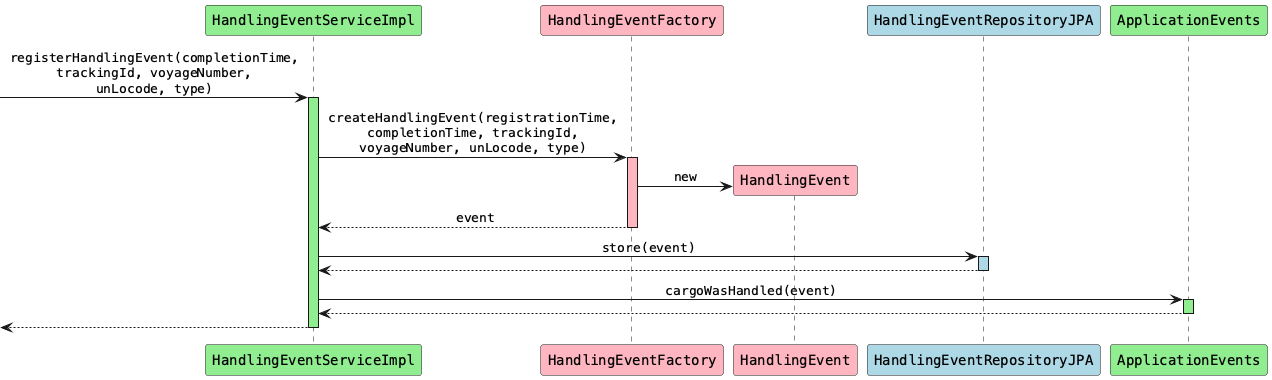
The PlantUML diagram src/site/resources/diagrams/HandlingEventServiceImpl_registerHandlingEvent.png in aowss/dddsample-core, before a commit.
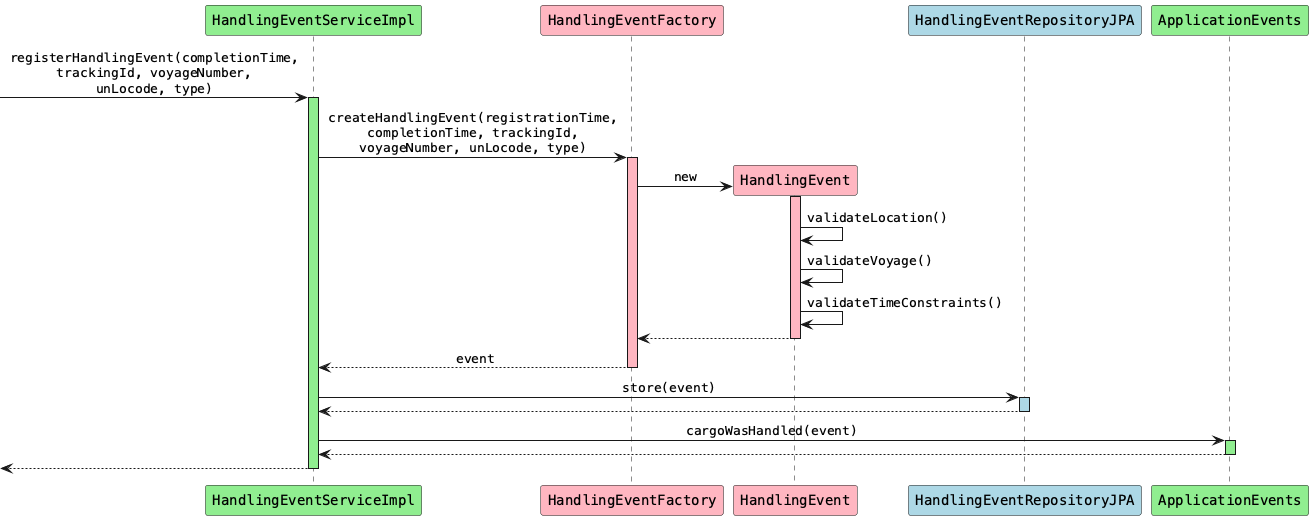
Later version of the same file.

Diff of the diagram source:
```diff
@@ -16,6 +16,14 @@
 activate hef #lightpink
 create he
 hef -> he: new
+activate he #lightpink
+
+he -> he: validateLocation()
+he -> he: validateVoyage()
+he -> he: validateTimeConstraints()
+
+he --> hef
+deactivate he
 hef --> hes: event
 deactivate hef
 
```
